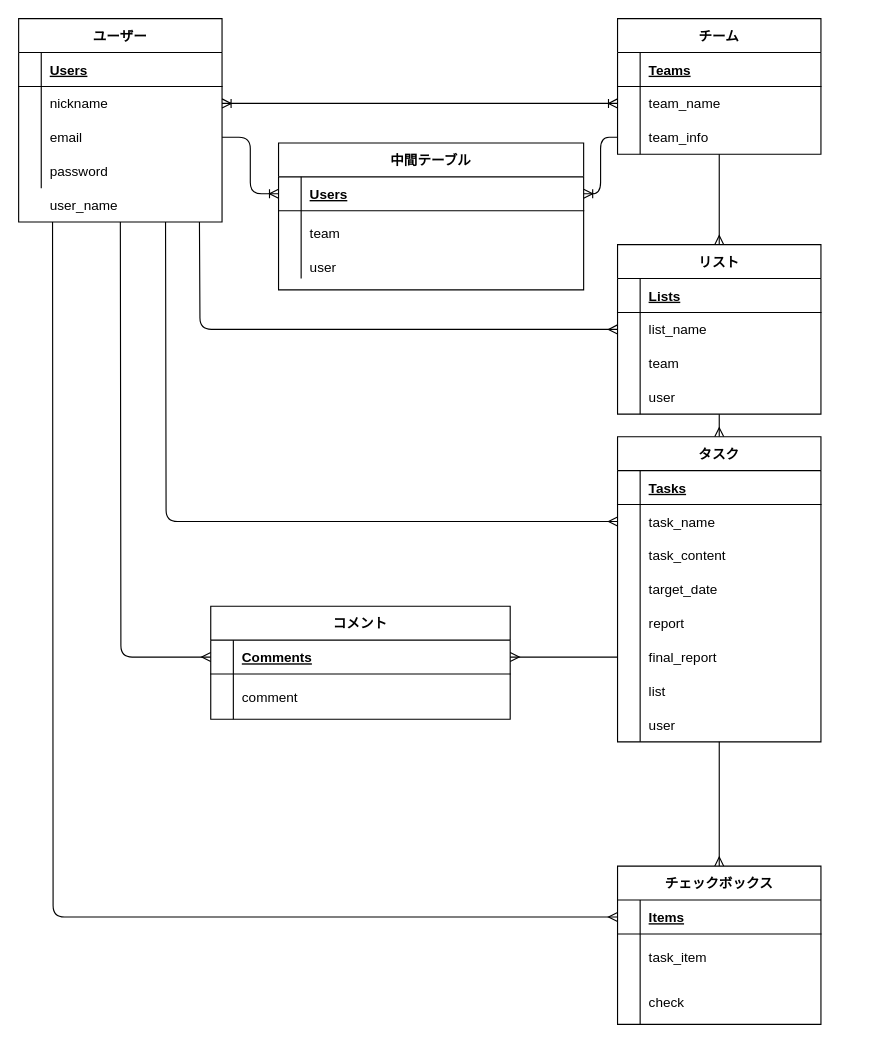
Earlier version of the draw.io diagram db.dio (IguchiRyo622/task-Bdash). Source tidied: cells renumbered, new cells numbered last; positions are measured from the earlier drawing's top-left corner, leaving out a move shared by most shapes. Both pictures are drawn from the tidied source at 113%, with x=0, y=0 at pixel (18, 18).
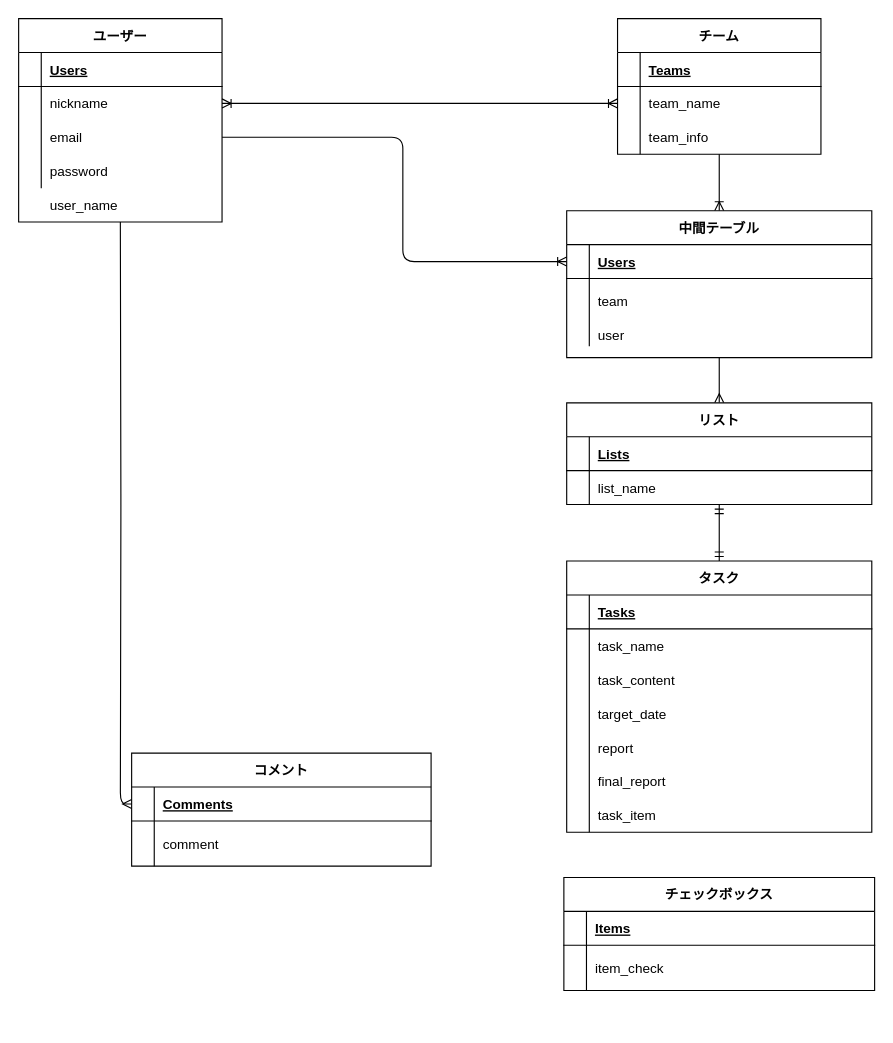
Above is the later version.

Commit message:
ER図の保存ミス

Unchanged cells that the change refers to:
```xml
<mxCell id="9" style="shape=partialRectangle;fillColor=none;top=0;left=0;bottom=0;right=0;points=[[0,0.5],[1,0.5]];portConstraint=eastwest;" parent="2" vertex="1">
  <mxGeometry y="90" width="180" height="30" as="geometry" />
</mxCell>
<mxCell id="19" style="shape=partialRectangle;fillColor=none;top=0;left=0;bottom=0;right=0;points=[[0,0.5],[1,0.5]];portConstraint=eastwest;" parent="12" vertex="1">
  <mxGeometry y="90" width="180" height="30" as="geometry" />
</mxCell>
<mxCell id="85" style="shape=partialRectangle;fillColor=none;top=0;left=0;bottom=1;right=0;points=[[0,0.5],[1,0.5]];portConstraint=eastwest;" parent="84" vertex="1">
  <mxGeometry y="30" width="265" height="30" as="geometry" />
</mxCell>
```

Diff of the diagram source:
```diff
@@
-    <mxCell id="25" style="rounded=0;jettySize=auto;html=1;exitX=0.5;exitY=0;exitDx=0;exitDy=0;startArrow=ERmany;startFill=0;endArrow=none;endFill=0;" parent="1" edge="1" source="69" target="9">
+    <mxCell id="25" style="rounded=0;jettySize=auto;html=1;exitX=0.5;exitY=0;exitDx=0;exitDy=0;startArrow=ERmany;startFill=0;endArrow=none;endFill=0;entryX=0.5;entryY=1;entryDx=0;entryDy=0;" parent="1" edge="1" source="69" target="32">
       <mxGeometry relative="1" as="geometry" />
     </mxCell>
-    <mxCell id="26" style="fontSize=12;html=1;endArrow=none;startArrow=ERmany;exitX=0.5;exitY=0;exitDx=0;exitDy=0;startFill=0;endFill=0;" parent="1" edge="1" source="43" target="79">
+    <mxCell id="26" style="fontSize=12;html=1;endArrow=ERmandOne;startArrow=ERmandOne;exitX=0.5;exitY=0;exitDx=0;exitDy=0;startFill=0;" parent="1" edge="1" source="43" target="73">
       <mxGeometry relative="1" as="geometry" />
     </mxCell>
@@
-    <mxCell id="29" style="fontSize=12;html=1;endArrow=none;entryX=1;entryY=0.5;entryDx=0;entryDy=0;endFill=0;startArrow=ERoneToMany;startFill=0;exitX=0;exitY=0.5;exitDx=0;exitDy=0;edgeStyle=orthogonalEdgeStyle;" parent="1" edge="1" source="33" target="19">
-      <mxGeometry relative="1" as="geometry" />
+    <mxCell id="29" style="fontSize=12;html=1;endArrow=none;entryX=1;entryY=0.5;entryDx=0;entryDy=0;exitX=0;exitY=0.5;exitDx=0;exitDy=0;edgeStyle=orthogonalEdgeStyle;endFill=0;startArrow=ERoneToMany;startFill=0;" parent="1" edge="1" source="33" target="19">
+      <mxGeometry relative="1" as="geometry">
+        <Array as="points">
+          <mxPoint x="340" y="215" />
+          <mxPoint x="340" y="105" />
+        </Array>
+      </mxGeometry>
     </mxCell>
-    <mxCell id="30" style="fontSize=12;html=1;endArrow=none;startArrow=ERoneToMany;startFill=0;endFill=0;exitX=1;exitY=0.5;exitDx=0;exitDy=0;edgeStyle=orthogonalEdgeStyle;" parent="1" edge="1" source="33" target="9">
+    <mxCell id="30" style="fontSize=12;html=1;endArrow=none;startArrow=ERoneToMany;startFill=0;endFill=0;exitX=0.5;exitY=0;exitDx=0;exitDy=0;" parent="1" edge="1" source="32" target="9">
       <mxGeometry relative="1" as="geometry" />
     </mxCell>
@@
-    <mxCell id="32" value="中間テーブル" style="shape=table;startSize=30;childLayout=tableLayout;rowLines=0;fontStyle=1;align=center;" parent="1" vertex="1">
-      <mxGeometry x="230" y="110" width="270" height="130" as="geometry" />
-    </mxCell>
-    <mxCell id="33" style="shape=partialRectangle;fillColor=none;top=0;left=0;bottom=1;right=0;points=[[0,0.5],[1,0.5]];portConstraint=eastwest;" parent="32" vertex="1">
-      <mxGeometry y="30" width="270" height="30" as="geometry" />
-    </mxCell>
-    <mxCell id="34" style="shape=partialRectangle;fillColor=none;top=0;left=0;bottom=0;right=0;fontStyle=1;overflow=hidden;" parent="33" vertex="1">
-      <mxGeometry width="20" height="30" as="geometry" />
-    </mxCell>
-    <mxCell id="35" value="Users" style="shape=partialRectangle;fillColor=none;top=0;left=0;bottom=0;right=0;align=left;spacingLeft=6;fontStyle=5;overflow=hidden;" parent="33" vertex="1">
-      <mxGeometry x="20" width="250" height="30" as="geometry" />
-    </mxCell>
-    <mxCell id="36" style="shape=partialRectangle;fillColor=none;top=0;left=0;bottom=0;right=0;" parent="32" vertex="1">
-      <mxGeometry y="60" width="270" height="40" as="geometry" />
-    </mxCell>
-    <mxCell id="37" style="shape=partialRectangle;fillColor=none;top=0;left=0;bottom=0;right=0;overflow=hidden;" parent="36" vertex="1">
-      <mxGeometry width="20" height="40" as="geometry" />
-    </mxCell>
-    <mxCell id="38" value="team" style="shape=partialRectangle;fillColor=none;top=0;left=0;bottom=0;right=0;align=left;spacingLeft=6;overflow=hidden;" parent="36" vertex="1">
-      <mxGeometry x="20" width="250" height="40" as="geometry" />
-    </mxCell>
-    <mxCell id="39" style="shape=partialRectangle;fillColor=none;top=0;left=0;bottom=0;right=0;" parent="32" vertex="1">
-      <mxGeometry y="100" width="270" height="20" as="geometry" />
-    </mxCell>
-    <mxCell id="40" style="shape=partialRectangle;fillColor=none;top=0;left=0;bottom=0;right=0;overflow=hidden;" parent="39" vertex="1">
-      <mxGeometry width="20" height="20" as="geometry" />
-    </mxCell>
-    <mxCell id="41" value="user" style="shape=partialRectangle;fillColor=none;top=0;left=0;bottom=0;right=0;align=left;spacingLeft=6;overflow=hidden;" parent="39" vertex="1">
-      <mxGeometry x="20" width="250" height="20" as="geometry" />
-    </mxCell>
-    <mxCell id="42" style="fontSize=12;html=1;endArrow=ERmany;entryX=0;entryY=0.5;entryDx=0;entryDy=0;endFill=0;edgeStyle=orthogonalEdgeStyle;" parent="1" edge="1" target="73">
-      <mxGeometry relative="1" as="geometry">
-        <mxPoint x="160" y="180" as="sourcePoint" />
-      </mxGeometry>
-    </mxCell>
+    <mxCell id="69" value="リスト" style="shape=table;startSize=30;childLayout=tableLayout;rowLines=0;fontStyle=1;align=center;" parent="1" vertex="1">
+      <mxGeometry x="485" y="340" width="270" height="90" as="geometry" />
+    </mxCell>
+    <mxCell id="70" style="shape=partialRectangle;fillColor=none;top=0;left=0;bottom=1;right=0;" parent="69" vertex="1">
+      <mxGeometry y="30" width="270" height="30" as="geometry" />
+    </mxCell>
+    <mxCell id="71" style="shape=partialRectangle;fillColor=none;top=0;left=0;bottom=0;right=0;fontStyle=1;overflow=hidden;" parent="70" vertex="1">
+      <mxGeometry width="20" height="30" as="geometry" />
+    </mxCell>
+    <mxCell id="72" value="Lists" style="shape=partialRectangle;fillColor=none;top=0;left=0;bottom=0;right=0;align=left;spacingLeft=6;fontStyle=5;overflow=hidden;" parent="70" vertex="1">
+      <mxGeometry x="20" width="250" height="30" as="geometry" />
+    </mxCell>
+    <mxCell id="73" style="shape=partialRectangle;fillColor=none;top=0;left=0;bottom=0;right=0;points=[[0,0.5],[1,0.5]];portConstraint=eastwest;" parent="69" vertex="1">
+      <mxGeometry y="60" width="270" height="30" as="geometry" />
+    </mxCell>
+    <mxCell id="74" style="shape=partialRectangle;fillColor=none;top=0;left=0;bottom=0;right=0;overflow=hidden;" parent="73" vertex="1">
+      <mxGeometry width="20" height="30" as="geometry" />
+    </mxCell>
+    <mxCell id="75" value="list_name" style="shape=partialRectangle;fillColor=none;top=0;left=0;bottom=0;right=0;align=left;spacingLeft=6;overflow=hidden;" parent="73" vertex="1">
+      <mxGeometry x="20" width="250" height="30" as="geometry" />
+    </mxCell>
     <mxCell id="43" value="タスク" style="shape=table;startSize=30;childLayout=tableLayout;rowLines=0;fontStyle=1;align=center;" parent="1" vertex="1">
-      <mxGeometry x="530" y="370" width="180" height="270" as="geometry" />
+      <mxGeometry x="485" y="480" width="270" height="240" as="geometry" />
     </mxCell>
     <mxCell id="44" style="shape=partialRectangle;fillColor=none;top=0;left=0;bottom=1;right=0;" parent="43" vertex="1">
-      <mxGeometry y="30" width="180" height="30" as="geometry" />
+      <mxGeometry y="30" width="270" height="30" as="geometry" />
     </mxCell>
@@
     <mxCell id="46" value="Tasks" style="shape=partialRectangle;fillColor=none;top=0;left=0;bottom=0;right=0;align=left;spacingLeft=6;fontStyle=5;overflow=hidden;" parent="44" vertex="1">
-      <mxGeometry x="20" width="160" height="30" as="geometry" />
+      <mxGeometry x="20" width="250" height="30" as="geometry" />
     </mxCell>
     <mxCell id="47" style="shape=partialRectangle;fillColor=none;top=0;left=0;bottom=0;right=0;points=[[0,0.5],[1,0.5]];portConstraint=eastwest;" parent="43" vertex="1">
-      <mxGeometry y="60" width="180" height="30" as="geometry" />
+      <mxGeometry y="60" width="270" height="30" as="geometry" />
     </mxCell>
@@
     <mxCell id="49" value="task_name" style="shape=partialRectangle;fillColor=none;top=0;left=0;bottom=0;right=0;align=left;spacingLeft=6;overflow=hidden;" parent="47" vertex="1">
-      <mxGeometry x="20" width="160" height="30" as="geometry" />
+      <mxGeometry x="20" width="250" height="30" as="geometry" />
     </mxCell>
     <mxCell id="50" style="shape=partialRectangle;fillColor=none;top=0;left=0;bottom=0;right=0;" parent="43" vertex="1">
-      <mxGeometry y="90" width="180" height="30" as="geometry" />
+      <mxGeometry y="90" width="270" height="30" as="geometry" />
     </mxCell>
@@
     <mxCell id="52" value="task_content" style="shape=partialRectangle;fillColor=none;top=0;left=0;bottom=0;right=0;align=left;spacingLeft=6;overflow=hidden;" parent="50" vertex="1">
-      <mxGeometry x="20" width="160" height="30" as="geometry" />
+      <mxGeometry x="20" width="250" height="30" as="geometry" />
     </mxCell>
     <mxCell id="53" style="shape=partialRectangle;fillColor=none;top=0;left=0;bottom=0;right=0;" parent="43" vertex="1">
-      <mxGeometry y="120" width="180" height="30" as="geometry" />
+      <mxGeometry y="120" width="270" height="30" as="geometry" />
     </mxCell>
@@
     <mxCell id="55" value="target_date" style="shape=partialRectangle;fillColor=none;top=0;left=0;bottom=0;right=0;align=left;spacingLeft=6;overflow=hidden;" parent="53" vertex="1">
-      <mxGeometry x="20" width="160" height="30" as="geometry" />
+      <mxGeometry x="20" width="250" height="30" as="geometry" />
     </mxCell>
     <mxCell id="56" style="shape=partialRectangle;fillColor=none;top=0;left=0;bottom=0;right=0;" parent="43" vertex="1">
-      <mxGeometry y="150" width="180" height="30" as="geometry" />
+      <mxGeometry y="150" width="270" height="30" as="geometry" />
     </mxCell>
@@
     <mxCell id="58" value="report" style="shape=partialRectangle;fillColor=none;top=0;left=0;bottom=0;right=0;align=left;spacingLeft=6;overflow=hidden;" parent="56" vertex="1">
-      <mxGeometry x="20" width="160" height="30" as="geometry" />
+      <mxGeometry x="20" width="250" height="30" as="geometry" />
     </mxCell>
-    <mxCell id="59" style="shape=partialRectangle;fillColor=none;top=0;left=0;bottom=0;right=0;points=[[0,0.5],[1,0.5]];portConstraint=eastwest;" parent="43" vertex="1">
-      <mxGeometry y="180" width="180" height="30" as="geometry" />
-    </mxCell>
-    <mxCell id="60" style="shape=partialRectangle;fillColor=none;top=0;left=0;bottom=0;right=0;overflow=hidden;" parent="59" vertex="1">
-      <mxGeometry width="20" height="30" as="geometry" />
-    </mxCell>
+    <mxCell id="102" style="shape=partialRectangle;fillColor=none;top=0;left=0;bottom=0;right=0;" parent="43" vertex="1">
+      <mxGeometry y="180" width="270" height="30" as="geometry" />
+    </mxCell>
+    <mxCell id="103" style="shape=partialRectangle;fillColor=none;top=0;left=0;bottom=0;right=0;overflow=hidden;" parent="102" vertex="1">
+      <mxGeometry width="20" height="30" as="geometry" />
+    </mxCell>
-    <mxCell id="61" value="final_report" style="shape=partialRectangle;fillColor=none;top=0;left=0;bottom=0;right=0;align=left;spacingLeft=6;overflow=hidden;" parent="59" vertex="1">
-      <mxGeometry x="20" width="160" height="30" as="geometry" />
+    <mxCell id="61" value="final_report" style="shape=partialRectangle;fillColor=none;top=0;left=0;bottom=0;right=0;align=left;spacingLeft=6;overflow=hidden;" parent="102" vertex="1">
+      <mxGeometry x="20" width="250" height="30" as="geometry" />
     </mxCell>
-    <mxCell id="62" style="shape=partialRectangle;fillColor=none;top=0;left=0;bottom=0;right=0;" parent="43" vertex="1">
-      <mxGeometry y="210" width="180" height="30" as="geometry" />
-    </mxCell>
-    <mxCell id="63" style="shape=partialRectangle;fillColor=none;top=0;left=0;bottom=0;right=0;overflow=hidden;" parent="62" vertex="1">
-      <mxGeometry width="20" height="30" as="geometry" />
-    </mxCell>
-    <mxCell id="64" value="list" style="shape=partialRectangle;fillColor=none;top=0;left=0;bottom=0;right=0;align=left;spacingLeft=6;overflow=hidden;" parent="62" vertex="1">
-      <mxGeometry x="20" width="160" height="30" as="geometry" />
-    </mxCell>
-    <mxCell id="65" style="shape=partialRectangle;fillColor=none;top=0;left=0;bottom=0;right=0;points=[[0,0.5],[1,0.5]];portConstraint=eastwest;" parent="43" vertex="1">
-      <mxGeometry y="240" width="180" height="30" as="geometry" />
-    </mxCell>
-    <mxCell id="66" style="shape=partialRectangle;fillColor=none;top=0;left=0;bottom=0;right=0;overflow=hidden;" parent="65" vertex="1">
-      <mxGeometry width="20" height="30" as="geometry" />
-    </mxCell>
-    <mxCell id="67" value="user" style="shape=partialRectangle;fillColor=none;top=0;left=0;bottom=0;right=0;align=left;spacingLeft=6;overflow=hidden;" parent="65" vertex="1">
-      <mxGeometry x="20" width="160" height="30" as="geometry" />
-    </mxCell>
-    <mxCell id="68" style="fontSize=12;html=1;endArrow=ERmany;entryX=0;entryY=0.5;entryDx=0;entryDy=0;endFill=0;edgeStyle=orthogonalEdgeStyle;" parent="1" edge="1" target="47">
-      <mxGeometry relative="1" as="geometry">
-        <mxPoint x="130" y="180" as="sourcePoint" />
-      </mxGeometry>
-    </mxCell>
-    <mxCell id="69" value="リスト" style="shape=table;startSize=30;childLayout=tableLayout;rowLines=0;fontStyle=1;align=center;" parent="1" vertex="1">
-      <mxGeometry x="530" y="200" width="180" height="150" as="geometry" />
-    </mxCell>
-    <mxCell id="70" style="shape=partialRectangle;fillColor=none;top=0;left=0;bottom=1;right=0;" parent="69" vertex="1">
-      <mxGeometry y="30" width="180" height="30" as="geometry" />
-    </mxCell>
-    <mxCell id="71" style="shape=partialRectangle;fillColor=none;top=0;left=0;bottom=0;right=0;fontStyle=1;overflow=hidden;" parent="70" vertex="1">
-      <mxGeometry width="20" height="30" as="geometry" />
-    </mxCell>
-    <mxCell id="72" value="Lists" style="shape=partialRectangle;fillColor=none;top=0;left=0;bottom=0;right=0;align=left;spacingLeft=6;fontStyle=5;overflow=hidden;" parent="70" vertex="1">
-      <mxGeometry x="20" width="160" height="30" as="geometry" />
-    </mxCell>
-    <mxCell id="73" style="shape=partialRectangle;fillColor=none;top=0;left=0;bottom=0;right=0;points=[[0,0.5],[1,0.5]];portConstraint=eastwest;" parent="69" vertex="1">
-      <mxGeometry y="60" width="180" height="30" as="geometry" />
-    </mxCell>
-    <mxCell id="74" style="shape=partialRectangle;fillColor=none;top=0;left=0;bottom=0;right=0;overflow=hidden;" parent="73" vertex="1">
-      <mxGeometry width="20" height="30" as="geometry" />
-    </mxCell>
-    <mxCell id="75" value="list_name" style="shape=partialRectangle;fillColor=none;top=0;left=0;bottom=0;right=0;align=left;spacingLeft=6;overflow=hidden;" parent="73" vertex="1">
-      <mxGeometry x="20" width="160" height="30" as="geometry" />
-    </mxCell>
-    <mxCell id="76" style="shape=partialRectangle;fillColor=none;top=0;left=0;bottom=0;right=0;" parent="69" vertex="1">
-      <mxGeometry y="90" width="180" height="30" as="geometry" />
-    </mxCell>
-    <mxCell id="77" style="shape=partialRectangle;fillColor=none;top=0;left=0;bottom=0;right=0;overflow=hidden;" parent="76" vertex="1">
-      <mxGeometry width="20" height="30" as="geometry" />
-    </mxCell>
-    <mxCell id="78" value="team" style="shape=partialRectangle;fillColor=none;top=0;left=0;bottom=0;right=0;align=left;spacingLeft=6;overflow=hidden;" parent="76" vertex="1">
-      <mxGeometry x="20" width="160" height="30" as="geometry" />
-    </mxCell>
-    <mxCell id="79" style="shape=partialRectangle;fillColor=none;top=0;left=0;bottom=0;right=0;points=[[0,0.5],[1,0.5]];portConstraint=eastwest;" parent="69" vertex="1">
-      <mxGeometry y="120" width="180" height="30" as="geometry" />
-    </mxCell>
-    <mxCell id="80" style="shape=partialRectangle;fillColor=none;top=0;left=0;bottom=0;right=0;overflow=hidden;" parent="79" vertex="1">
-      <mxGeometry width="20" height="30" as="geometry" />
-    </mxCell>
-    <mxCell id="81" value="user" style="shape=partialRectangle;fillColor=none;top=0;left=0;bottom=0;right=0;align=left;spacingLeft=6;overflow=hidden;" parent="79" vertex="1">
-      <mxGeometry x="20" width="160" height="30" as="geometry" />
-    </mxCell>
-    <mxCell id="82" style="rounded=0;jettySize=auto;html=1;startArrow=ERmany;startFill=0;endArrow=none;endFill=0;" parent="1" edge="1" source="92" target="65">
-      <mxGeometry relative="1" as="geometry" />
-    </mxCell>
-    <mxCell id="83" style="edgeStyle=orthogonalEdgeStyle;rounded=0;jettySize=auto;html=1;exitX=1;exitY=0.5;exitDx=0;exitDy=0;entryX=0;entryY=0.5;entryDx=0;entryDy=0;startArrow=ERmany;startFill=0;endArrow=none;endFill=0;" parent="1" edge="1" source="85" target="59">
-      <mxGeometry relative="1" as="geometry" />
-    </mxCell>
+    <mxCell id="104" style="shape=partialRectangle;fillColor=none;top=0;left=0;bottom=0;right=0;" parent="43" vertex="1">
+      <mxGeometry y="210" width="270" height="30" as="geometry" />
+    </mxCell>
+    <mxCell id="105" style="shape=partialRectangle;fillColor=none;top=0;left=0;bottom=0;right=0;overflow=hidden;" parent="104" vertex="1">
+      <mxGeometry width="20" height="30" as="geometry" />
+    </mxCell>
+    <mxCell id="98" value="task_item" style="shape=partialRectangle;fillColor=none;top=0;left=0;bottom=0;right=0;align=left;spacingLeft=6;overflow=hidden;" parent="104" vertex="1">
+      <mxGeometry x="20" width="250" height="30" as="geometry" />
+    </mxCell>
+    <mxCell id="32" value="中間テーブル" style="shape=table;startSize=30;childLayout=tableLayout;rowLines=0;fontStyle=1;align=center;" parent="1" vertex="1">
+      <mxGeometry x="485" y="170" width="270" height="130" as="geometry" />
+    </mxCell>
+    <mxCell id="33" style="shape=partialRectangle;fillColor=none;top=0;left=0;bottom=1;right=0;points=[[0,0.5],[1,0.5]];portConstraint=eastwest;" parent="32" vertex="1">
+      <mxGeometry y="30" width="270" height="30" as="geometry" />
+    </mxCell>
+    <mxCell id="34" style="shape=partialRectangle;fillColor=none;top=0;left=0;bottom=0;right=0;fontStyle=1;overflow=hidden;" parent="33" vertex="1">
+      <mxGeometry width="20" height="30" as="geometry" />
+    </mxCell>
+    <mxCell id="35" value="Users" style="shape=partialRectangle;fillColor=none;top=0;left=0;bottom=0;right=0;align=left;spacingLeft=6;fontStyle=5;overflow=hidden;" parent="33" vertex="1">
+      <mxGeometry x="20" width="250" height="30" as="geometry" />
+    </mxCell>
+    <mxCell id="36" style="shape=partialRectangle;fillColor=none;top=0;left=0;bottom=0;right=0;" parent="32" vertex="1">
+      <mxGeometry y="60" width="270" height="40" as="geometry" />
+    </mxCell>
+    <mxCell id="37" style="shape=partialRectangle;fillColor=none;top=0;left=0;bottom=0;right=0;overflow=hidden;" parent="36" vertex="1">
+      <mxGeometry width="20" height="40" as="geometry" />
+    </mxCell>
+    <mxCell id="38" value="team" style="shape=partialRectangle;fillColor=none;top=0;left=0;bottom=0;right=0;align=left;spacingLeft=6;overflow=hidden;" parent="36" vertex="1">
+      <mxGeometry x="20" width="250" height="40" as="geometry" />
+    </mxCell>
+    <mxCell id="39" style="shape=partialRectangle;fillColor=none;top=0;left=0;bottom=0;right=0;" parent="32" vertex="1">
+      <mxGeometry y="100" width="270" height="20" as="geometry" />
+    </mxCell>
+    <mxCell id="40" style="shape=partialRectangle;fillColor=none;top=0;left=0;bottom=0;right=0;overflow=hidden;" parent="39" vertex="1">
+      <mxGeometry width="20" height="20" as="geometry" />
+    </mxCell>
+    <mxCell id="41" value="user" style="shape=partialRectangle;fillColor=none;top=0;left=0;bottom=0;right=0;align=left;spacingLeft=6;overflow=hidden;" parent="39" vertex="1">
+      <mxGeometry x="20" width="250" height="20" as="geometry" />
+    </mxCell>
     <mxCell id="84" value="コメント" style="shape=table;startSize=30;childLayout=tableLayout;rowLines=0;fontStyle=1;align=center;" parent="1" vertex="1">
-      <mxGeometry x="170" y="520" width="265" height="100" as="geometry" />
+      <mxGeometry x="100" y="650" width="265" height="100" as="geometry" />
     </mxCell>
@@
-    <mxCell id="91" style="fontSize=12;html=1;endArrow=ERmany;entryX=0;entryY=0.5;entryDx=0;entryDy=0;endFill=0;edgeStyle=orthogonalEdgeStyle;" parent="1" edge="1" target="93">
-      <mxGeometry relative="1" as="geometry">
-        <mxPoint x="30" y="180" as="sourcePoint" />
-      </mxGeometry>
-    </mxCell>
     <mxCell id="92" value="チェックボックス" style="shape=table;startSize=30;childLayout=tableLayout;rowLines=0;fontStyle=1;align=center;" parent="1" vertex="1">
-      <mxGeometry x="530" y="750" width="180" height="140" as="geometry" />
+      <mxGeometry x="482.5" y="760" width="275" height="100" as="geometry" />
     </mxCell>
     <mxCell id="93" style="shape=partialRectangle;fillColor=none;top=0;left=0;bottom=1;right=0;points=[[0,0.5],[1,0.5]];portConstraint=eastwest;" parent="92" vertex="1">
-      <mxGeometry y="30" width="180" height="30" as="geometry" />
+      <mxGeometry y="30" width="275" height="30" as="geometry" />
     </mxCell>
@@
     <mxCell id="95" value="Items" style="shape=partialRectangle;fillColor=none;top=0;left=0;bottom=0;right=0;align=left;spacingLeft=6;fontStyle=5;overflow=hidden;" parent="93" vertex="1">
-      <mxGeometry x="20" width="160" height="30" as="geometry" />
+      <mxGeometry x="20" width="255" height="30" as="geometry" />
     </mxCell>
-    <mxCell id="96" style="shape=partialRectangle;fillColor=none;top=0;left=0;bottom=0;right=0;" parent="92" vertex="1">
-      <mxGeometry y="60" width="180" height="40" as="geometry" />
-    </mxCell>
-    <mxCell id="97" style="shape=partialRectangle;fillColor=none;top=0;left=0;bottom=0;right=0;overflow=hidden;" parent="96" vertex="1">
-      <mxGeometry width="20" height="40" as="geometry" />
-    </mxCell>
-    <mxCell id="98" value="task_item" style="shape=partialRectangle;fillColor=none;top=0;left=0;bottom=0;right=0;align=left;spacingLeft=6;overflow=hidden;" parent="96" vertex="1">
-      <mxGeometry x="20" width="160" height="40" as="geometry" />
-    </mxCell>
     <mxCell id="99" style="shape=partialRectangle;fillColor=none;top=0;left=0;bottom=0;right=0;" parent="92" vertex="1">
-      <mxGeometry y="100" width="180" height="40" as="geometry" />
+      <mxGeometry y="60" width="275" height="40" as="geometry" />
     </mxCell>
@@
-    <mxCell id="101" value="check" style="shape=partialRectangle;fillColor=none;top=0;left=0;bottom=0;right=0;align=left;spacingLeft=6;overflow=hidden;" parent="99" vertex="1">
-      <mxGeometry x="20" width="160" height="40" as="geometry" />
+    <mxCell id="101" value="item_check" style="shape=partialRectangle;fillColor=none;top=0;left=0;bottom=0;right=0;align=left;spacingLeft=6;overflow=hidden;" parent="99" vertex="1">
+      <mxGeometry x="20" width="255" height="40" as="geometry" />
     </mxCell>
```
